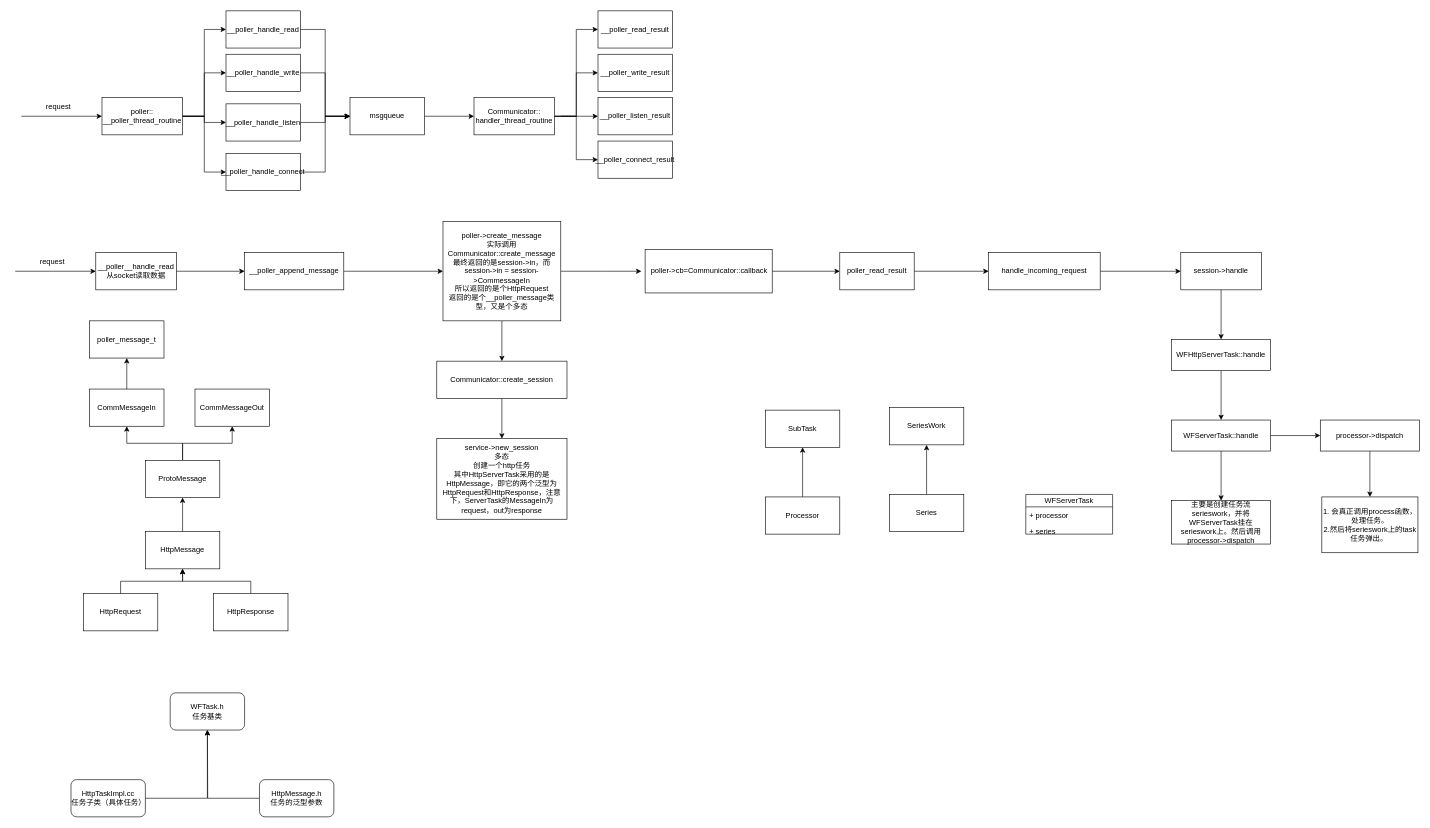
doudou215/regret_q_learning keeps this draw.io diagram as page "Page-3" (3 of 3) of Untitled Diagram.drawio. Above is the earlier version. Source tidied: cells renumbered, new cells numbered last; positions are measured from the earlier drawing's top-left corner, leaving out a move shared by most shapes. Both pictures are drawn from the tidied source at 62%, with x=0, y=0 at pixel (15, 11).
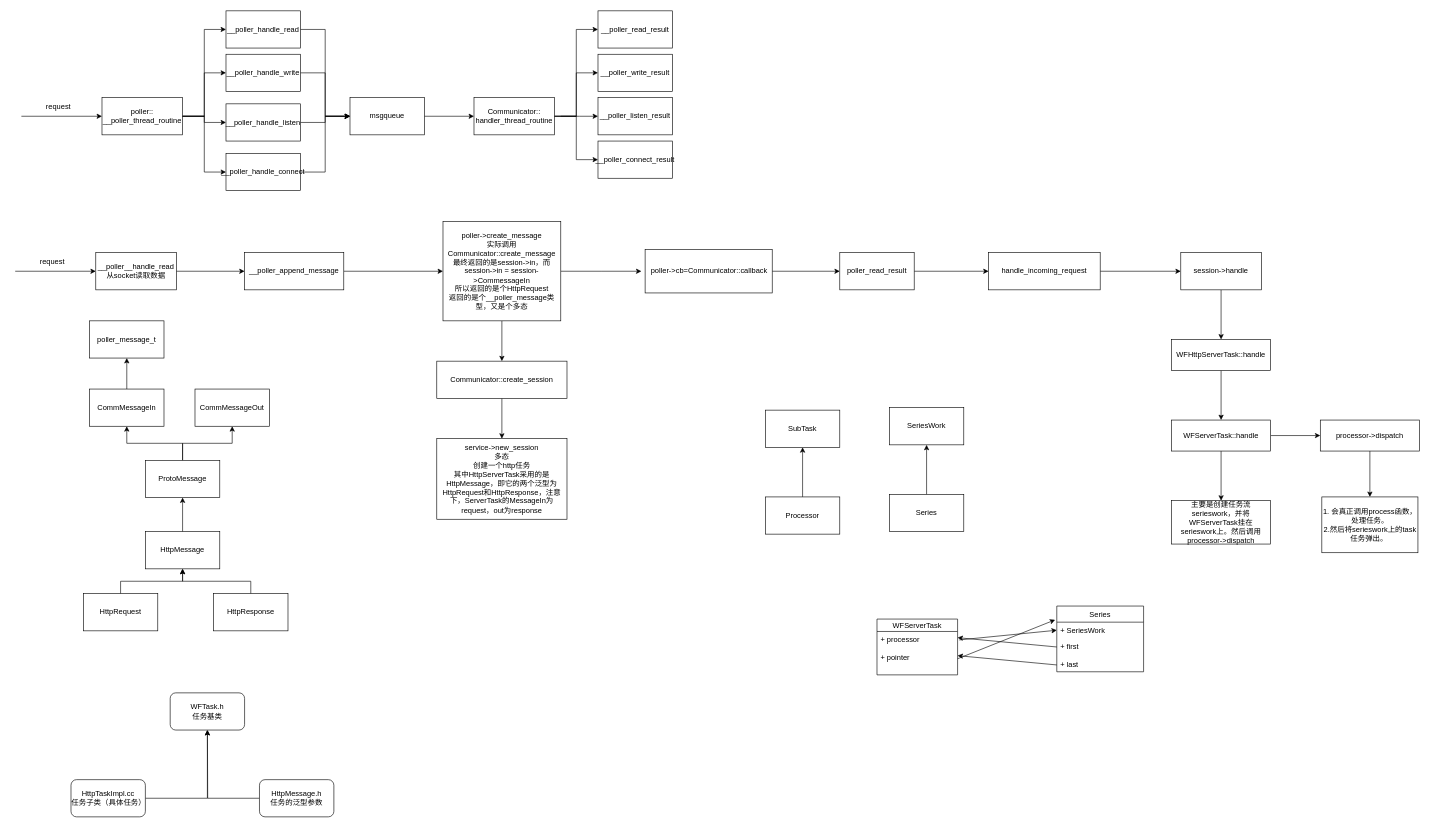
The same diagram, later.

Diff of the diagram source:
```diff
@@
     <mxCell id="71" value="WFServerTask" style="swimlane;fontStyle=0;horizontal=1;startSize=20;fillColor=none;" parent="1" vertex="1">
-      <mxGeometry x="1630" y="780" width="140" height="64" as="geometry" />
+      <mxGeometry x="1390" y="981" width="130" height="90" as="geometry" />
     </mxCell>
-    <mxCell id="72" value="+ processor" style="text;strokeColor=none;fillColor=none;align=left;verticalAlign=top;spacingLeft=4;spacingRight=4;overflow=hidden;points=[[0,0.5],[1,0.5]];portConstraint=eastwest;" parent="71" vertex="1">
-      <mxGeometry y="20" width="140" height="26" as="geometry" />
+    <mxCell id="72" value="+ processor&#10;&#10;+ pointer" style="text;strokeColor=none;fillColor=none;align=left;verticalAlign=top;spacingLeft=4;spacingRight=4;overflow=hidden;points=[[0,0.5],[1,0.5]];portConstraint=eastwest;" parent="71" vertex="1">
+      <mxGeometry y="20" width="130" height="70" as="geometry" />
     </mxCell>
-    <mxCell id="73" value="+ series " style="text;strokeColor=none;fillColor=none;align=left;verticalAlign=top;spacingLeft=4;spacingRight=4;overflow=hidden;" parent="71" vertex="1">
-      <mxGeometry y="46" width="140" height="18" as="geometry" />
-    </mxCell>
@@
+    <mxCell id="84" value="Series" style="swimlane;fontStyle=0;horizontal=1;startSize=26;fillColor=none;" parent="1" vertex="1">
+      <mxGeometry x="1680" y="960" width="140" height="106" as="geometry" />
+    </mxCell>
+    <mxCell id="85" value="+ SeriesWork" style="text;strokeColor=none;fillColor=none;align=left;verticalAlign=top;spacingLeft=4;spacingRight=4;overflow=hidden;points=[[0,0.5],[1,0.5]];portConstraint=eastwest;" parent="84" vertex="1">
+      <mxGeometry y="26" width="140" height="26" as="geometry" />
+    </mxCell>
+    <mxCell id="86" value="+ first" style="text;strokeColor=none;fillColor=none;align=left;verticalAlign=top;spacingLeft=4;spacingRight=4;overflow=hidden;points=[[0,0.5],[1,0.5]];portConstraint=eastwest;" parent="84" vertex="1">
+      <mxGeometry y="52" width="140" height="28" as="geometry" />
+    </mxCell>
+    <mxCell id="87" value="+ last" style="text;strokeColor=none;fillColor=none;align=left;verticalAlign=top;spacingLeft=4;spacingRight=4;overflow=hidden;" parent="84" vertex="1">
+      <mxGeometry y="80" width="140" height="26" as="geometry" />
+    </mxCell>
+    <mxCell id="88" style="endArrow=classic;html=1;rounded=0;entryX=0;entryY=0.5;entryDx=0;entryDy=0;exitX=1.02;exitY=0.195;exitDx=0;exitDy=0;exitPerimeter=0;" parent="1" edge="1" source="72" target="85">
+      <mxGeometry relative="1" as="geometry" />
+    </mxCell>
+    <mxCell id="89" style="endArrow=classic;html=1;rounded=0;entryX=-0.019;entryY=-0.145;entryDx=0;entryDy=0;exitX=1;exitY=0.5;exitDx=0;exitDy=0;entryPerimeter=0;" parent="1" edge="1" target="85">
+      <mxGeometry relative="1" as="geometry">
+        <mxPoint x="1520" y="1045" as="sourcePoint" />
+      </mxGeometry>
+    </mxCell>
+    <mxCell id="90" style="endArrow=classic;html=1;rounded=0;exitX=0;exitY=0.5;exitDx=0;exitDy=0;" parent="1" edge="1" source="86">
+      <mxGeometry relative="1" as="geometry">
+        <mxPoint x="1520" y="1011" as="targetPoint" />
+      </mxGeometry>
+    </mxCell>
+    <mxCell id="91" style="endArrow=classic;html=1;rounded=0;exitX=0;exitY=0.5;exitDx=0;exitDy=0;" parent="1" edge="1">
+      <mxGeometry relative="1" as="geometry">
+        <mxPoint x="1680" y="1055" as="sourcePoint" />
+        <mxPoint x="1520" y="1040" as="targetPoint" />
+      </mxGeometry>
+    </mxCell>
```
